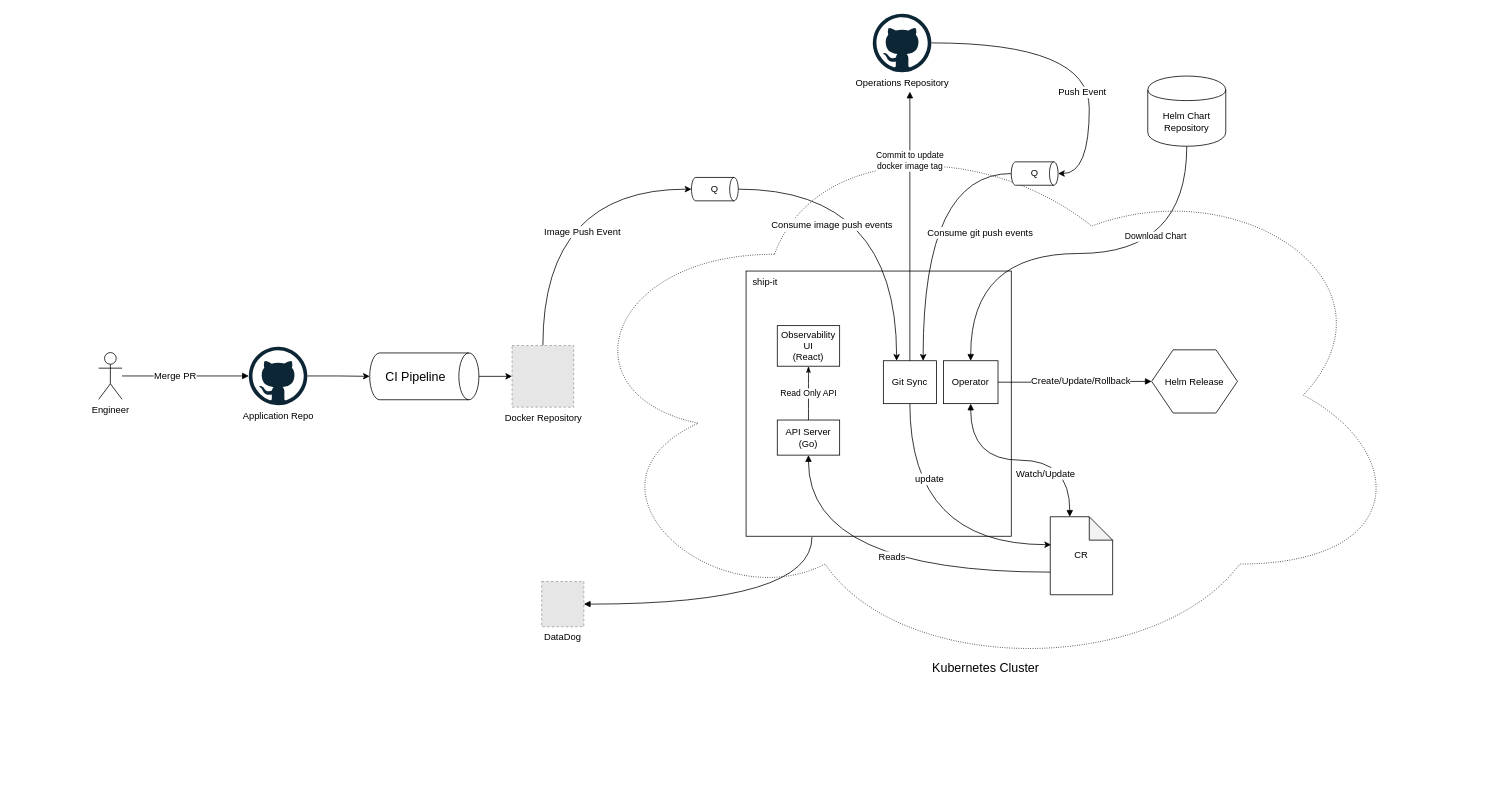
Earlier version of the draw.io diagram docs/arch.drawio (Wattpad/ship-it). Source tidied: cells renumbered, new cells numbered last; positions are measured from the earlier drawing's top-left corner, leaving out a move shared by most shapes. Both pictures are drawn from the tidied source at 78%, with x=0, y=0 at pixel (98, 13). Pictures stored in the file or linked from it are replaced by grey dashed boxes.
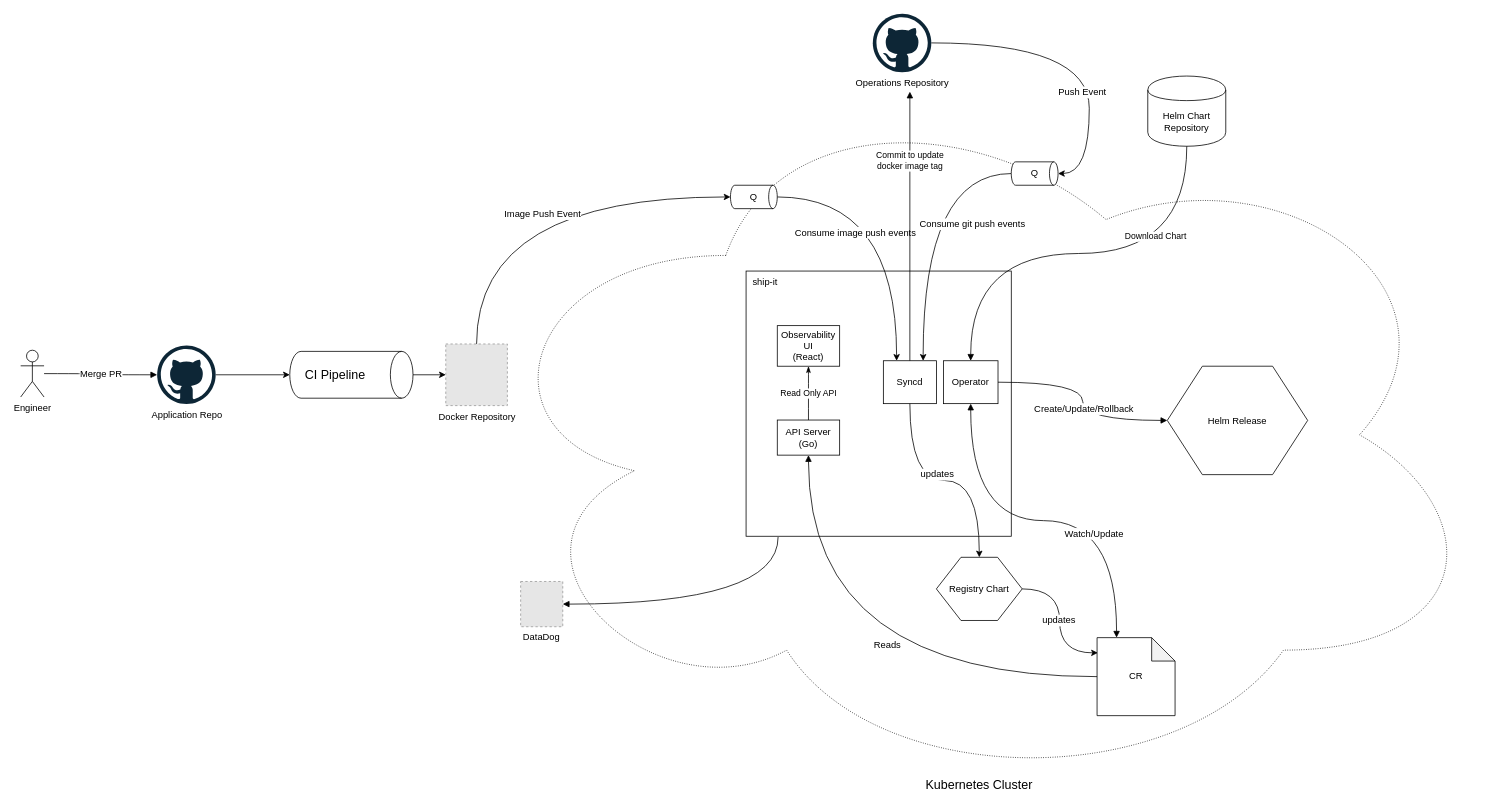
The same page after the edit.

Unchanged cells that the change refers to:
```xml
<mxCell id="3" value="&amp;nbsp; ship-it" style="whiteSpace=wrap;html=1;verticalAlign=top;fillColor=none;strokeColor=#000000;perimeterSpacing=1;strokeWidth=1;align=left;" parent="1" vertex="1">
  <mxGeometry x="830" y="330" width="340" height="340" as="geometry" />
</mxCell>
<mxCell id="13" style="edgeStyle=orthogonalEdgeStyle;curved=1;rounded=0;jettySize=auto;html=1;startArrow=none;startFill=0;endArrow=block;endFill=1;" parent="1" edge="1" source="15" target="5">
  <mxGeometry relative="1" as="geometry" />
</mxCell>
<mxCell id="19" value="API Server (Go)" style="rounded=0;whiteSpace=wrap;html=1;fillColor=none;" parent="1" vertex="1">
  <mxGeometry x="870" y="521" width="80" height="45" as="geometry" />
</mxCell>
<mxCell id="41" value="Q" style="strokeWidth=1;html=1;shape=mxgraph.flowchart.direct_data;whiteSpace=wrap;" parent="1" vertex="1">
  <mxGeometry x="1170" y="190" width="60" height="30" as="geometry" />
</mxCell>
```

What changed in the source:
```diff
@@
     <mxCell id="2" value="Kubernetes Cluster" style="ellipse;shape=cloud;whiteSpace=wrap;html=1;fillColor=none;verticalAlign=bottom;fontSize=16;dashed=1;dashPattern=1 2;" parent="1" vertex="1">
-      <mxGeometry x="595" y="128" width="1085" height="722" as="geometry" />
+      <mxGeometry x="479" y="80" width="1300" height="920" as="geometry" />
     </mxCell>
@@
     <mxCell id="5" value="Application Repo&lt;br&gt;" style="dashed=0;outlineConnect=0;html=1;align=center;labelPosition=center;verticalLabelPosition=bottom;verticalAlign=top;shape=mxgraph.weblogos.github;" parent="1" vertex="1">
-      <mxGeometry x="192.5" y="427" width="75" height="75" as="geometry" />
+      <mxGeometry x="75" y="425.5" width="75" height="75" as="geometry" />
     </mxCell>
@@
     <mxCell id="9" value="Docker Repository" style="fillColor=#E6E6E6;strokeColor=#999999;dashed=1;html=1;verticalAlign=top;verticalLabelPosition=bottom;labelBackgroundColor=#ffffff;" parent="1" vertex="1">
-      <mxGeometry x="530" y="425.5" width="79" height="79" as="geometry" />
+      <mxGeometry x="445" y="423.5" width="79" height="79" as="geometry" />
     </mxCell>
@@
     <mxCell id="14" value="Merge PR" style="text;html=1;align=center;verticalAlign=middle;labelBackgroundColor=#ffffff;" parent="13" vertex="1">
       <mxGeometry x="-0.18" y="1" relative="1" as="geometry">
-        <mxPoint y="1" as="offset" />
+        <mxPoint x="12.5" y="0.5" as="offset" />
       </mxGeometry>
     </mxCell>
     <mxCell id="15" value="Engineer" style="shape=umlActor;verticalLabelPosition=bottom;labelBackgroundColor=#ffffff;verticalAlign=top;html=1;outlineConnect=0;" parent="1" vertex="1">
-      <mxGeometry y="434.5" width="30" height="60" as="geometry" />
+      <mxGeometry x="-100" y="431.5" width="30" height="60" as="geometry" />
     </mxCell>
     <mxCell id="16" value="Helm Release" style="shape=hexagon;perimeter=hexagonPerimeter2;whiteSpace=wrap;html=1;fillColor=none;" parent="1" vertex="1">
-      <mxGeometry x="1350" y="431" width="110" height="81" as="geometry" />
+      <mxGeometry x="1370" y="452" width="180" height="139" as="geometry" />
     </mxCell>
-    <mxCell id="17" style="edgeStyle=orthogonalEdgeStyle;curved=1;rounded=0;jettySize=auto;html=1;entryX=0.005;entryY=0.71;entryDx=0;entryDy=0;entryPerimeter=0;startArrow=block;startFill=1;endArrow=none;endFill=0;exitX=0.5;exitY=1;exitDx=0;exitDy=0;" parent="1" edge="1" source="19" target="24">
-      <mxGeometry relative="1" as="geometry" />
-    </mxCell>
-    <mxCell id="18" value="Reads" style="text;html=1;align=center;verticalAlign=middle;labelBackgroundColor=#ffffff;" parent="17" vertex="1">
-      <mxGeometry x="0.08" y="2" relative="1" as="geometry">
-        <mxPoint x="7" y="-18" as="offset" />
-      </mxGeometry>
-    </mxCell>
@@
-    <mxCell id="22" style="edgeStyle=orthogonalEdgeStyle;curved=1;rounded=0;jettySize=auto;html=1;entryX=0.25;entryY=1;entryDx=0;entryDy=0;startArrow=block;startFill=1;endArrow=none;endFill=0;" parent="1" edge="1" source="23" target="3">
+    <mxCell id="22" style="edgeStyle=orthogonalEdgeStyle;curved=1;rounded=0;jettySize=auto;html=1;entryX=0.123;entryY=1;entryDx=0;entryDy=0;startArrow=block;startFill=1;endArrow=none;endFill=0;entryPerimeter=0;" parent="1" edge="1" source="23" target="3">
       <mxGeometry relative="1" as="geometry" />
     </mxCell>
     <mxCell id="23" value="DataDog" style="fillColor=#E6E6E6;strokeColor=#999999;dashed=1;verticalLabelPosition=bottom;labelBackgroundColor=#ffffff;verticalAlign=top;" parent="1" vertex="1">
-      <mxGeometry x="568" y="728" width="54" height="58" as="geometry" />
+      <mxGeometry x="541" y="728" width="54" height="58" as="geometry" />
     </mxCell>
     <mxCell id="24" value="CR" style="shape=note;whiteSpace=wrap;html=1;backgroundOutline=1;darkOpacity=0.05;" parent="1" vertex="1">
-      <mxGeometry x="1220" y="645" width="80" height="100" as="geometry" />
+      <mxGeometry x="1280" y="800" width="100" height="100" as="geometry" />
     </mxCell>
@@
     <mxCell id="34" value="Q" style="strokeWidth=1;html=1;shape=mxgraph.flowchart.direct_data;whiteSpace=wrap;" parent="1" vertex="1">
-      <mxGeometry x="760" y="210" width="60" height="30" as="geometry" />
+      <mxGeometry x="810" y="220" width="60" height="30" as="geometry" />
     </mxCell>
     <mxCell id="35" value="&amp;nbsp; &amp;nbsp; CI Pipeline" style="strokeWidth=1;html=1;shape=mxgraph.flowchart.direct_data;whiteSpace=wrap;fillColor=none;fontSize=16;align=left;" parent="1" vertex="1">
-      <mxGeometry x="347.5" y="435" width="140" height="60" as="geometry" />
+      <mxGeometry x="245" y="433" width="158" height="60" as="geometry" />
     </mxCell>
-    <mxCell id="36" style="rounded=0;jettySize=auto;html=1;entryX=0.013;entryY=0.358;entryDx=0;entryDy=0;entryPerimeter=0;exitX=0.5;exitY=1;exitDx=0;exitDy=0;edgeStyle=orthogonalEdgeStyle;curved=1;" parent="1" edge="1" source="38" target="24">
+    <mxCell id="36" style="rounded=0;jettySize=auto;html=1;entryX=0.5;entryY=0;entryDx=0;entryDy=0;exitX=0.5;exitY=1;exitDx=0;exitDy=0;edgeStyle=orthogonalEdgeStyle;curved=1;" parent="1" edge="1" source="38" target="44">
       <mxGeometry relative="1" as="geometry" />
     </mxCell>
-    <mxCell id="37" value="update" style="text;html=1;align=center;verticalAlign=middle;labelBackgroundColor=#ffffff;" parent="36" vertex="1">
+    <mxCell id="37" value="updates" style="text;html=1;align=center;verticalAlign=middle;labelBackgroundColor=#ffffff;" parent="36" vertex="1">
       <mxGeometry x="-0.44" y="20" relative="1" as="geometry">
-        <mxPoint x="4" y="-5" as="offset" />
+        <mxPoint x="14" y="10" as="offset" />
       </mxGeometry>
     </mxCell>
-    <mxCell id="38" value="Git Sync" style="rounded=0;whiteSpace=wrap;html=1;fillColor=none;" parent="1" vertex="1">
+    <mxCell id="38" value="Syncd" style="rounded=0;whiteSpace=wrap;html=1;fillColor=none;" parent="1" vertex="1">
       <mxGeometry x="1006" y="445" width="68" height="55" as="geometry" />
     </mxCell>
@@
     <mxCell id="40" value="Consume git push events" style="edgeStyle=orthogonalEdgeStyle;curved=1;rounded=0;jettySize=auto;html=1;entryX=0.75;entryY=0;entryDx=0;entryDy=0;fontSize=12;" parent="1" edge="1" source="41" target="38">
-      <mxGeometry x="0.07" y="73" relative="1" as="geometry" />
+      <mxGeometry x="0.01" y="63" relative="1" as="geometry" />
     </mxCell>
@@
+    <mxCell id="42" style="edgeStyle=orthogonalEdgeStyle;rounded=0;jettySize=auto;html=1;entryX=0.01;entryY=0.195;entryDx=0;entryDy=0;entryPerimeter=0;curved=1;" parent="1" edge="1" source="44" target="24">
+      <mxGeometry relative="1" as="geometry" />
+    </mxCell>
+    <mxCell id="43" value="updates" style="text;html=1;align=center;verticalAlign=middle;labelBackgroundColor=#ffffff;" parent="42" vertex="1">
+      <mxGeometry x="-0.02" y="-2" relative="1" as="geometry" />
+    </mxCell>
+    <mxCell id="44" value="Registry Chart" style="shape=hexagon;perimeter=hexagonPerimeter2;whiteSpace=wrap;html=1;fillColor=none;size=0.2865056818181818;" parent="1" vertex="1">
+      <mxGeometry x="1074" y="697" width="110" height="81" as="geometry" />
+    </mxCell>
+    <mxCell id="17" style="edgeStyle=orthogonalEdgeStyle;curved=1;rounded=0;jettySize=auto;html=1;entryX=0;entryY=0.5;entryDx=0;entryDy=0;startArrow=block;startFill=1;endArrow=none;endFill=0;exitX=0.5;exitY=1;exitDx=0;exitDy=0;entryPerimeter=0;" parent="1" edge="1" source="19" target="24">
+      <mxGeometry relative="1" as="geometry" />
+    </mxCell>
+    <mxCell id="18" value="Reads" style="text;html=1;align=center;verticalAlign=middle;labelBackgroundColor=#ffffff;" parent="17" vertex="1">
+      <mxGeometry x="0.08" y="2" relative="1" as="geometry">
+        <mxPoint x="31" y="-39" as="offset" />
+      </mxGeometry>
+    </mxCell>
```
